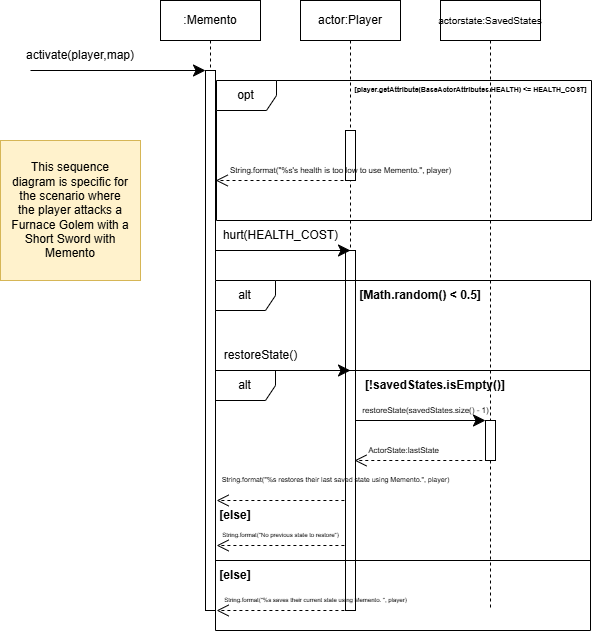
Earlier version of the draw.io export docs/design/Assignment3/A3_REQ3_Sequence_Diagram.png (Fennessy10/EldenThingJava). Source tidied: cells renumbered, new cells last; positions are measured from the earlier drawing's top-left corner, leaving out a move shared by most shapes. The source it was exported from:
```xml
<mxGraphModel>
  <root>
    <mxCell id="0" />
    <mxCell id="1" parent="0" />
    <mxCell id="2" value=":Memento" style="shape=umlLifeline;perimeter=lifelinePerimeter;whiteSpace=wrap;html=1;newEdgeStyle={&quot;curved&quot;:0,&quot;rounded&quot;:0};" parent="1" vertex="1">
      <mxGeometry x="160" width="100" height="610" as="geometry" />
    </mxCell>
    <mxCell id="3" style="html=1;points=[[0,0,0,0,5],[0,1,0,0,-5],[1,0,0,0,5],[1,1,0,0,-5]];perimeter=orthogonalPerimeter;outlineConnect=0;targetShapes=umlLifeline;portConstraint=eastwest;newEdgeStyle={&quot;curved&quot;:0,&quot;rounded&quot;:0};" parent="2" vertex="1">
      <mxGeometry x="45" y="70" width="10" height="540" as="geometry" />
    </mxCell>
    <mxCell id="4" style="whiteSpace=wrap;html=1;fillColor=#fff2cc;strokeColor=#d6b656;" parent="1" vertex="1">
      <mxGeometry y="140" width="140" height="140" as="geometry" />
    </mxCell>
    <mxCell id="5" value="This sequence diagram is specific for the scenario where the player attacks a Furnace Golem with a Short Sword with Memento" style="text;html=1;align=center;verticalAlign=middle;whiteSpace=wrap;rounded=0;" parent="1" vertex="1">
      <mxGeometry x="10" y="195" width="120" height="30" as="geometry" />
    </mxCell>
    <mxCell id="6" value="actor:Player" style="shape=umlLifeline;perimeter=lifelinePerimeter;whiteSpace=wrap;html=1;newEdgeStyle={&quot;curved&quot;:0,&quot;rounded&quot;:0};" parent="1" vertex="1">
      <mxGeometry x="300" width="100" height="600" as="geometry" />
    </mxCell>
    <mxCell id="7" style="html=1;perimeter=orthogonalPerimeter;targetShapes=umlLifeline;newEdgeStyle={&quot;curved&quot;:0,&quot;rounded&quot;:0};" parent="6" vertex="1">
      <mxGeometry x="45" y="130" width="10" height="50" as="geometry" />
    </mxCell>
    <mxCell id="8" style="html=1;perimeter=orthogonalPerimeter;targetShapes=umlLifeline;newEdgeStyle={&quot;curved&quot;:0,&quot;rounded&quot;:0};" parent="6" vertex="1">
      <mxGeometry x="45" y="250" width="10" height="360" as="geometry" />
    </mxCell>
    <mxCell id="9" style="endArrow=classic;html=1;rounded=0;endSize=10;" parent="1" edge="1" target="3">
      <mxGeometry relative="1" as="geometry">
        <mxPoint x="30" y="70" as="sourcePoint" />
      </mxGeometry>
    </mxCell>
    <mxCell id="10" value="activate(player,map)" style="text;html=1;align=center;verticalAlign=middle;whiteSpace=wrap;rounded=0;" parent="1" vertex="1">
      <mxGeometry x="50" y="40" width="60" height="30" as="geometry" />
    </mxCell>
    <mxCell id="11" value="alt" style="shape=umlFrame;whiteSpace=wrap;html=1;" parent="1" vertex="1">
      <mxGeometry x="215" y="370" width="375" height="260" as="geometry" />
    </mxCell>
    <mxCell id="12" value="&lt;span&gt;[player.getAttribute(BaseActorAttributes.HEALTH) &amp;lt;= HEALTH_COST]&lt;/span&gt;" style="text;html=1;align=center;verticalAlign=middle;strokeColor=none;fillColor=none;fontSize=7;fontStyle=1;" parent="1" vertex="1">
      <mxGeometry x="350" y="80" width="240" height="20" as="geometry" />
    </mxCell>
    <mxCell id="13" style="endArrow=open;html=1;rounded=0;endSize=10;entryX=-0.016;entryY=0.472;entryDx=0;entryDy=0;entryPerimeter=0;endFill=0;dashed=1;" parent="1" edge="1">
      <mxGeometry relative="1" as="geometry">
        <mxPoint x="343" y="180" as="sourcePoint" />
        <mxPoint x="215.2" y="180" as="targetPoint" />
      </mxGeometry>
    </mxCell>
    <mxCell id="14" value="String.format(&quot;%s's health is too low to use Memento.&quot;, player)" style="text;html=1;align=center;verticalAlign=middle;strokeColor=none;fillColor=none;fontSize=8;" parent="1" vertex="1">
      <mxGeometry x="220" y="160" width="240" height="20" as="geometry" />
    </mxCell>
    <mxCell id="15" style="endArrow=classic;html=1;rounded=0;endSize=10;" parent="1" edge="1">
      <mxGeometry relative="1" as="geometry">
        <mxPoint x="215" y="250" as="sourcePoint" />
        <mxPoint x="350" y="250" as="targetPoint" />
      </mxGeometry>
    </mxCell>
    <mxCell id="16" value="hurt(HEALTH_COST)" style="text;html=1;align=center;verticalAlign=middle;strokeColor=none;fillColor=none;" parent="1" vertex="1">
      <mxGeometry x="210" y="220" width="140" height="30" as="geometry" />
    </mxCell>
    <mxCell id="17" value="alt" style="shape=umlFrame;whiteSpace=wrap;html=1;" parent="1" vertex="1">
      <mxGeometry x="215" y="280" width="375" height="280" as="geometry" />
    </mxCell>
    <mxCell id="18" value="[Math.random() &amp;lt; 0.5]" style="text;html=1;align=center;verticalAlign=middle;whiteSpace=wrap;rounded=0;fontStyle=1;" parent="1" vertex="1">
      <mxGeometry x="325" y="280" width="190" height="30" as="geometry" />
    </mxCell>
    <mxCell id="19" style="endArrow=open;html=1;rounded=0;endSize=10;entryX=-0.016;entryY=0.472;entryDx=0;entryDy=0;entryPerimeter=0;endFill=0;dashed=1;" parent="1" edge="1">
      <mxGeometry relative="1" as="geometry">
        <mxPoint x="343.9" y="500" as="sourcePoint" />
        <mxPoint x="216.1" y="500" as="targetPoint" />
      </mxGeometry>
    </mxCell>
    <mxCell id="20" style="endArrow=classic;html=1;rounded=0;endSize=10;" parent="1" edge="1">
      <mxGeometry relative="1" as="geometry">
        <mxPoint x="220" y="370" as="sourcePoint" />
        <mxPoint x="350" y="370" as="targetPoint" />
      </mxGeometry>
    </mxCell>
    <mxCell id="21" value="&lt;font style=&quot;font-size: 10px;&quot;&gt;actorstate:SavedStates&lt;/font&gt;" style="shape=umlLifeline;perimeter=lifelinePerimeter;whiteSpace=wrap;html=1;newEdgeStyle={&quot;curved&quot;:0,&quot;rounded&quot;:0};fontSize=10;" parent="1" vertex="1">
      <mxGeometry x="440" width="100" height="610" as="geometry" />
    </mxCell>
    <mxCell id="22" style="html=1;perimeter=orthogonalPerimeter;targetShapes=umlLifeline;newEdgeStyle={&quot;curved&quot;:0,&quot;rounded&quot;:0};" parent="21" vertex="1">
      <mxGeometry x="45" y="420" width="10" height="40" as="geometry" />
    </mxCell>
    <mxCell id="23" value="restoreState()" style="text;html=1;align=center;verticalAlign=middle;strokeColor=none;fillColor=none;" parent="1" vertex="1">
      <mxGeometry x="210" y="340" width="100" height="30" as="geometry" />
    </mxCell>
    <mxCell id="24" value="opt" style="shape=umlFrame;whiteSpace=wrap;html=1;" parent="1" vertex="1">
      <mxGeometry x="216" y="80" width="375" height="140" as="geometry" />
    </mxCell>
    <mxCell id="25" value="[!savedStates.isEmpty()]" style="text;html=1;align=center;verticalAlign=middle;whiteSpace=wrap;rounded=0;fontStyle=1;" parent="1" vertex="1">
      <mxGeometry x="340" y="370" width="190" height="30" as="geometry" />
    </mxCell>
    <mxCell id="26" style="endArrow=classic;html=1;rounded=0;endSize=10;" parent="1" edge="1">
      <mxGeometry relative="1" as="geometry">
        <mxPoint x="355" y="420" as="sourcePoint" />
        <mxPoint x="485" y="420" as="targetPoint" />
      </mxGeometry>
    </mxCell>
    <mxCell id="27" value="restoreState(savedStates.size() - 1)" style="text;html=1;align=center;verticalAlign=middle;strokeColor=none;fillColor=none;fontSize=8;" parent="1" vertex="1">
      <mxGeometry x="350" y="400" width="150" height="20" as="geometry" />
    </mxCell>
    <mxCell id="28" style="endArrow=open;html=1;rounded=0;endSize=10;entryX=-0.016;entryY=0.472;entryDx=0;entryDy=0;entryPerimeter=0;endFill=0;dashed=1;" parent="1" edge="1">
      <mxGeometry relative="1" as="geometry">
        <mxPoint x="481.8" y="460" as="sourcePoint" />
        <mxPoint x="354" y="460" as="targetPoint" />
      </mxGeometry>
    </mxCell>
    <mxCell id="29" value="ActorState:lastState" style="text;html=1;align=center;verticalAlign=middle;strokeColor=none;fillColor=none;fontSize=8;" parent="1" vertex="1">
      <mxGeometry x="357.5" y="440" width="90" height="20" as="geometry" />
    </mxCell>
    <mxCell id="30" value="String.format(&quot;%s restores their last saved state using Memento.&quot;, player)" style="text;html=1;align=center;verticalAlign=middle;strokeColor=none;fillColor=none;fontSize=7;" parent="1" vertex="1">
      <mxGeometry x="210" y="470" width="250" height="20" as="geometry" />
    </mxCell>
    <mxCell id="31" value="[else]" style="text;html=1;align=center;verticalAlign=middle;whiteSpace=wrap;rounded=0;fontStyle=1;" parent="1" vertex="1">
      <mxGeometry x="140" y="500" width="190" height="30" as="geometry" />
    </mxCell>
    <mxCell id="32" value="[else]" style="text;html=1;align=center;verticalAlign=middle;whiteSpace=wrap;rounded=0;fontStyle=1;" parent="1" vertex="1">
      <mxGeometry x="140" y="560" width="190" height="30" as="geometry" />
    </mxCell>
    <mxCell id="33" style="endArrow=open;html=1;rounded=0;endSize=10;entryX=-0.016;entryY=0.472;entryDx=0;entryDy=0;entryPerimeter=0;endFill=0;dashed=1;" parent="1" edge="1">
      <mxGeometry relative="1" as="geometry">
        <mxPoint x="343.9" y="545" as="sourcePoint" />
        <mxPoint x="216.1" y="545" as="targetPoint" />
      </mxGeometry>
    </mxCell>
    <mxCell id="34" value="&lt;font style=&quot;font-size: 6px;&quot;&gt;String.format(&quot;No previous state to restore&quot;)&lt;/font&gt;" style="text;html=1;align=center;verticalAlign=middle;strokeColor=none;fillColor=none;fontSize=7;" parent="1" vertex="1">
      <mxGeometry x="210" y="525" width="140" height="20" as="geometry" />
    </mxCell>
    <mxCell id="35" style="endArrow=open;html=1;rounded=0;endSize=10;entryX=-0.016;entryY=0.472;entryDx=0;entryDy=0;entryPerimeter=0;endFill=0;dashed=1;" parent="1" edge="1">
      <mxGeometry relative="1" as="geometry">
        <mxPoint x="343.9" y="610" as="sourcePoint" />
        <mxPoint x="216.1" y="610" as="targetPoint" />
      </mxGeometry>
    </mxCell>
    <mxCell id="36" value="&lt;font style=&quot;font-size: 6px;&quot;&gt;String.format(&quot;%s saves their current state using Memento. &quot;, player)&lt;/font&gt;" style="text;html=1;align=center;verticalAlign=middle;strokeColor=none;fillColor=none;fontSize=6;" parent="1" vertex="1">
      <mxGeometry x="210" y="590" width="210" height="20" as="geometry" />
    </mxCell>
  </root>
</mxGraphModel>
```
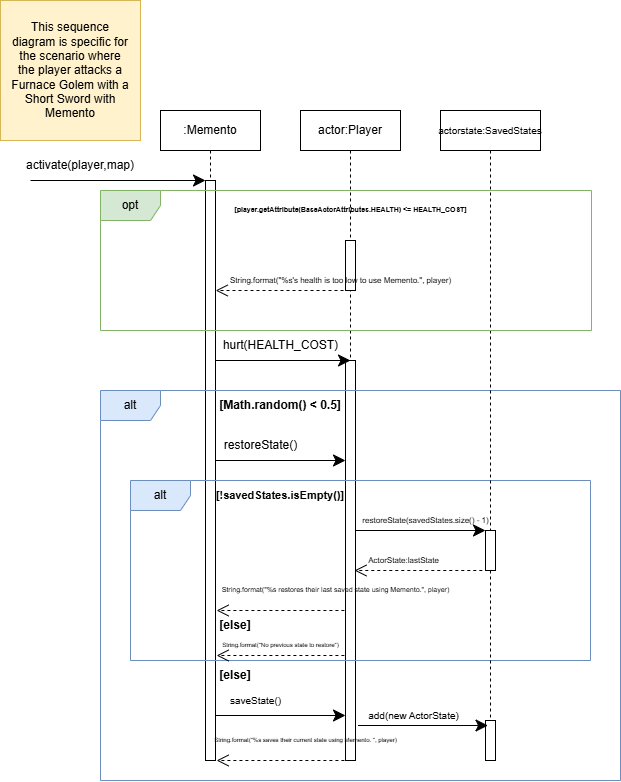
After the commit.

Commit message:
Fixed Sequence Diagram for REQ 3

What changed in the source:
```diff
@@ -3,25 +3,25 @@
     <mxCell id="0" />
     <mxCell id="1" parent="0" />
     <mxCell id="2" value=":Memento" style="shape=umlLifeline;perimeter=lifelinePerimeter;whiteSpace=wrap;html=1;newEdgeStyle={&quot;curved&quot;:0,&quot;rounded&quot;:0};" parent="1" vertex="1">
-      <mxGeometry x="160" width="100" height="610" as="geometry" />
+      <mxGeometry x="160" width="100" height="650" as="geometry" />
     </mxCell>
     <mxCell id="3" style="html=1;points=[[0,0,0,0,5],[0,1,0,0,-5],[1,0,0,0,5],[1,1,0,0,-5]];perimeter=orthogonalPerimeter;outlineConnect=0;targetShapes=umlLifeline;portConstraint=eastwest;newEdgeStyle={&quot;curved&quot;:0,&quot;rounded&quot;:0};" parent="2" vertex="1">
-      <mxGeometry x="45" y="70" width="10" height="540" as="geometry" />
+      <mxGeometry x="45" y="70" width="10" height="580" as="geometry" />
     </mxCell>
     <mxCell id="4" style="whiteSpace=wrap;html=1;fillColor=#fff2cc;strokeColor=#d6b656;" parent="1" vertex="1">
-      <mxGeometry y="140" width="140" height="140" as="geometry" />
+      <mxGeometry y="-110" width="140" height="140" as="geometry" />
     </mxCell>
     <mxCell id="5" value="This sequence diagram is specific for the scenario where the player attacks a Furnace Golem with a Short Sword with Memento" style="text;html=1;align=center;verticalAlign=middle;whiteSpace=wrap;rounded=0;" parent="1" vertex="1">
-      <mxGeometry x="10" y="195" width="120" height="30" as="geometry" />
+      <mxGeometry x="10" y="-55" width="120" height="30" as="geometry" />
     </mxCell>
     <mxCell id="6" value="actor:Player" style="shape=umlLifeline;perimeter=lifelinePerimeter;whiteSpace=wrap;html=1;newEdgeStyle={&quot;curved&quot;:0,&quot;rounded&quot;:0};" parent="1" vertex="1">
-      <mxGeometry x="300" width="100" height="600" as="geometry" />
+      <mxGeometry x="300" width="100" height="650" as="geometry" />
     </mxCell>
     <mxCell id="7" style="html=1;perimeter=orthogonalPerimeter;targetShapes=umlLifeline;newEdgeStyle={&quot;curved&quot;:0,&quot;rounded&quot;:0};" parent="6" vertex="1">
       <mxGeometry x="45" y="130" width="10" height="50" as="geometry" />
     </mxCell>
     <mxCell id="8" style="html=1;perimeter=orthogonalPerimeter;targetShapes=umlLifeline;newEdgeStyle={&quot;curved&quot;:0,&quot;rounded&quot;:0};" parent="6" vertex="1">
-      <mxGeometry x="45" y="250" width="10" height="360" as="geometry" />
+      <mxGeometry x="45" y="250" width="10" height="400" as="geometry" />
     </mxCell>
     <mxCell id="9" style="endArrow=classic;html=1;rounded=0;endSize=10;" parent="1" edge="1" target="3">
       <mxGeometry relative="1" as="geometry">
@@ -31,11 +31,11 @@
     <mxCell id="10" value="activate(player,map)" style="text;html=1;align=center;verticalAlign=middle;whiteSpace=wrap;rounded=0;" parent="1" vertex="1">
       <mxGeometry x="50" y="40" width="60" height="30" as="geometry" />
     </mxCell>
-    <mxCell id="11" value="alt" style="shape=umlFrame;whiteSpace=wrap;html=1;" parent="1" vertex="1">
-      <mxGeometry x="215" y="370" width="375" height="260" as="geometry" />
+    <mxCell id="11" value="alt" style="shape=umlFrame;whiteSpace=wrap;html=1;fillColor=#dae8fc;strokeColor=#6c8ebf;" parent="1" vertex="1">
+      <mxGeometry x="130" y="370" width="460" height="180" as="geometry" />
     </mxCell>
     <mxCell id="12" value="&lt;span&gt;[player.getAttribute(BaseActorAttributes.HEALTH) &amp;lt;= HEALTH_COST]&lt;/span&gt;" style="text;html=1;align=center;verticalAlign=middle;strokeColor=none;fillColor=none;fontSize=7;fontStyle=1;" parent="1" vertex="1">
-      <mxGeometry x="350" y="80" width="240" height="20" as="geometry" />
+      <mxGeometry x="230" y="90" width="240" height="20" as="geometry" />
     </mxCell>
     <mxCell id="13" style="endArrow=open;html=1;rounded=0;endSize=10;entryX=-0.016;entryY=0.472;entryDx=0;entryDy=0;entryPerimeter=0;endFill=0;dashed=1;" parent="1" edge="1">
       <mxGeometry relative="1" as="geometry">
@@ -55,11 +55,11 @@
     <mxCell id="16" value="hurt(HEALTH_COST)" style="text;html=1;align=center;verticalAlign=middle;strokeColor=none;fillColor=none;" parent="1" vertex="1">
       <mxGeometry x="210" y="220" width="140" height="30" as="geometry" />
     </mxCell>
-    <mxCell id="17" value="alt" style="shape=umlFrame;whiteSpace=wrap;html=1;" parent="1" vertex="1">
-      <mxGeometry x="215" y="280" width="375" height="280" as="geometry" />
+    <mxCell id="17" value="alt" style="shape=umlFrame;whiteSpace=wrap;html=1;fillColor=#dae8fc;strokeColor=#6c8ebf;" parent="1" vertex="1">
+      <mxGeometry x="100" y="280" width="520" height="390" as="geometry" />
     </mxCell>
     <mxCell id="18" value="[Math.random() &amp;lt; 0.5]" style="text;html=1;align=center;verticalAlign=middle;whiteSpace=wrap;rounded=0;fontStyle=1;" parent="1" vertex="1">
-      <mxGeometry x="325" y="280" width="190" height="30" as="geometry" />
+      <mxGeometry x="185" y="280" width="190" height="30" as="geometry" />
     </mxCell>
     <mxCell id="19" style="endArrow=open;html=1;rounded=0;endSize=10;entryX=-0.016;entryY=0.472;entryDx=0;entryDy=0;entryPerimeter=0;endFill=0;dashed=1;" parent="1" edge="1">
       <mxGeometry relative="1" as="geometry">
@@ -69,24 +69,27 @@
     </mxCell>
     <mxCell id="20" style="endArrow=classic;html=1;rounded=0;endSize=10;" parent="1" edge="1">
       <mxGeometry relative="1" as="geometry">
-        <mxPoint x="220" y="370" as="sourcePoint" />
-        <mxPoint x="350" y="370" as="targetPoint" />
+        <mxPoint x="215" y="350" as="sourcePoint" />
+        <mxPoint x="345" y="350" as="targetPoint" />
       </mxGeometry>
     </mxCell>
     <mxCell id="21" value="&lt;font style=&quot;font-size: 10px;&quot;&gt;actorstate:SavedStates&lt;/font&gt;" style="shape=umlLifeline;perimeter=lifelinePerimeter;whiteSpace=wrap;html=1;newEdgeStyle={&quot;curved&quot;:0,&quot;rounded&quot;:0};fontSize=10;" parent="1" vertex="1">
-      <mxGeometry x="440" width="100" height="610" as="geometry" />
+      <mxGeometry x="440" width="100" height="650" as="geometry" />
     </mxCell>
     <mxCell id="22" style="html=1;perimeter=orthogonalPerimeter;targetShapes=umlLifeline;newEdgeStyle={&quot;curved&quot;:0,&quot;rounded&quot;:0};" parent="21" vertex="1">
       <mxGeometry x="45" y="420" width="10" height="40" as="geometry" />
     </mxCell>
+    <mxCell id="37" style="html=1;perimeter=orthogonalPerimeter;targetShapes=umlLifeline;newEdgeStyle={&quot;curved&quot;:0,&quot;rounded&quot;:0};" parent="21" vertex="1">
+      <mxGeometry x="45" y="610" width="10" height="40" as="geometry" />
+    </mxCell>
     <mxCell id="23" value="restoreState()" style="text;html=1;align=center;verticalAlign=middle;strokeColor=none;fillColor=none;" parent="1" vertex="1">
-      <mxGeometry x="210" y="340" width="100" height="30" as="geometry" />
+      <mxGeometry x="210" y="320" width="100" height="30" as="geometry" />
     </mxCell>
-    <mxCell id="24" value="opt" style="shape=umlFrame;whiteSpace=wrap;html=1;" parent="1" vertex="1">
-      <mxGeometry x="216" y="80" width="375" height="140" as="geometry" />
+    <mxCell id="24" value="opt" style="shape=umlFrame;whiteSpace=wrap;html=1;fillColor=#d5e8d4;strokeColor=#82b366;" parent="1" vertex="1">
+      <mxGeometry x="100" y="80" width="491" height="140" as="geometry" />
     </mxCell>
-    <mxCell id="25" value="[!savedStates.isEmpty()]" style="text;html=1;align=center;verticalAlign=middle;whiteSpace=wrap;rounded=0;fontStyle=1;" parent="1" vertex="1">
-      <mxGeometry x="340" y="370" width="190" height="30" as="geometry" />
+    <mxCell id="25" value="&lt;font style=&quot;font-size: 11px;&quot;&gt;[!savedStates.isEmpty()]&lt;/font&gt;" style="text;html=1;align=center;verticalAlign=middle;whiteSpace=wrap;rounded=0;fontStyle=1;" parent="1" vertex="1">
+      <mxGeometry x="185" y="370" width="190" height="30" as="geometry" />
     </mxCell>
     <mxCell id="26" style="endArrow=classic;html=1;rounded=0;endSize=10;" parent="1" edge="1">
       <mxGeometry relative="1" as="geometry">
@@ -113,7 +116,7 @@
       <mxGeometry x="140" y="500" width="190" height="30" as="geometry" />
     </mxCell>
     <mxCell id="32" value="[else]" style="text;html=1;align=center;verticalAlign=middle;whiteSpace=wrap;rounded=0;fontStyle=1;" parent="1" vertex="1">
-      <mxGeometry x="140" y="560" width="190" height="30" as="geometry" />
+      <mxGeometry x="140" y="550" width="190" height="30" as="geometry" />
     </mxCell>
     <mxCell id="33" style="endArrow=open;html=1;rounded=0;endSize=10;entryX=-0.016;entryY=0.472;entryDx=0;entryDy=0;entryPerimeter=0;endFill=0;dashed=1;" parent="1" edge="1">
       <mxGeometry relative="1" as="geometry">
@@ -126,12 +129,30 @@
     </mxCell>
     <mxCell id="35" style="endArrow=open;html=1;rounded=0;endSize=10;entryX=-0.016;entryY=0.472;entryDx=0;entryDy=0;entryPerimeter=0;endFill=0;dashed=1;" parent="1" edge="1">
       <mxGeometry relative="1" as="geometry">
-        <mxPoint x="343.9" y="610" as="sourcePoint" />
-        <mxPoint x="216.1" y="610" as="targetPoint" />
+        <mxPoint x="343.9" y="650" as="sourcePoint" />
+        <mxPoint x="216.1" y="650" as="targetPoint" />
       </mxGeometry>
     </mxCell>
     <mxCell id="36" value="&lt;font style=&quot;font-size: 6px;&quot;&gt;String.format(&quot;%s saves their current state using Memento. &quot;, player)&lt;/font&gt;" style="text;html=1;align=center;verticalAlign=middle;strokeColor=none;fillColor=none;fontSize=6;" parent="1" vertex="1">
-      <mxGeometry x="210" y="590" width="210" height="20" as="geometry" />
+      <mxGeometry x="200" y="620" width="210" height="20" as="geometry" />
     </mxCell>
+    <mxCell id="38" value="&lt;font style=&quot;font-size: 10px;&quot;&gt;saveState()&lt;/font&gt;" style="text;html=1;align=center;verticalAlign=middle;strokeColor=none;fillColor=none;fontSize=10;" parent="1" vertex="1">
+      <mxGeometry x="220" y="575" width="70" height="30" as="geometry" />
+    </mxCell>
+    <mxCell id="39" style="endArrow=classic;html=1;rounded=0;endSize=10;" parent="1" edge="1">
+      <mxGeometry relative="1" as="geometry">
+        <mxPoint x="215" y="605" as="sourcePoint" />
+        <mxPoint x="345" y="605" as="targetPoint" />
+      </mxGeometry>
+    </mxCell>
+    <mxCell id="40" style="endArrow=classic;html=1;rounded=0;endSize=10;" parent="1" edge="1">
+      <mxGeometry relative="1" as="geometry">
+        <mxPoint x="357.5" y="615" as="sourcePoint" />
+        <mxPoint x="487.5" y="615" as="targetPoint" />
+      </mxGeometry>
+    </mxCell>
+    <mxCell id="41" value="add(new ActorState)" style="text;html=1;align=center;verticalAlign=middle;strokeColor=none;fillColor=none;fontSize=10;" parent="1" vertex="1">
+      <mxGeometry x="357.5" y="590" width="110" height="30" as="geometry" />
+    </mxCell>
   </root>
 </mxGraphModel>
```
